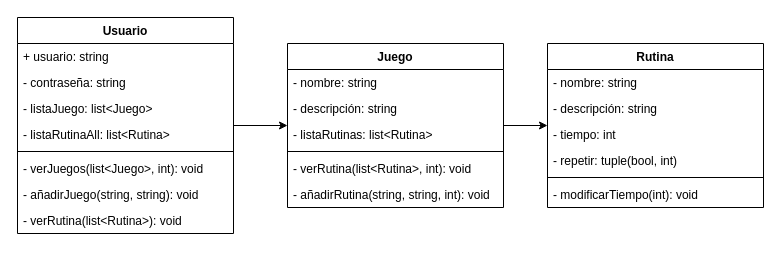
Kurosaki-Yuki/flutter_application_2 keeps this draw.io diagram as App1.drawio. Above is the earlier version. Source tidied: cells renumbered, new cells numbered last; positions are measured from the earlier drawing's top-left corner, leaving out a move shared by most shapes. Both pictures are drawn from the tidied source at 100%, with x=0, y=0 at pixel (17, 17).
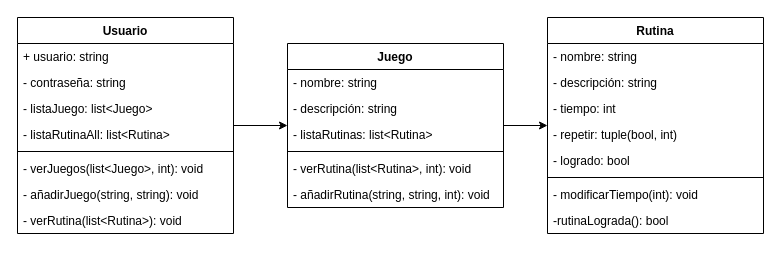
After the change.

Change to the diagram source:
```diff
@@
     <mxCell id="20" value="Rutina" style="swimlane;fontStyle=1;align=center;verticalAlign=top;horizontal=1;startSize=26;whiteSpace=wrap;html=1;" parent="1" vertex="1">
-      <mxGeometry x="530" y="26" width="216" height="164" as="geometry" />
+      <mxGeometry x="530" width="216" height="216" as="geometry" />
     </mxCell>
@@
+    <mxCell id="27" value="- logrado: bool" style="text;strokeColor=none;fillColor=none;align=left;verticalAlign=top;spacingLeft=4;spacingRight=4;overflow=hidden;whiteSpace=wrap;html=1;" parent="20" vertex="1">
+      <mxGeometry y="130" width="216" height="26" as="geometry" />
+    </mxCell>
     <mxCell id="25" style="line;strokeWidth=1;fillColor=none;align=left;verticalAlign=middle;spacingTop=-1;spacingLeft=3;spacingRight=3;labelPosition=right;strokeColor=inherit;" parent="20" vertex="1">
-      <mxGeometry y="130" width="216" height="8" as="geometry" />
+      <mxGeometry y="156" width="216" height="8" as="geometry" />
     </mxCell>
     <mxCell id="26" value="- modificarTiempo(int): void" style="text;strokeColor=none;fillColor=none;align=left;verticalAlign=top;spacingLeft=4;spacingRight=4;overflow=hidden;whiteSpace=wrap;html=1;" parent="20" vertex="1">
-      <mxGeometry y="138" width="216" height="26" as="geometry" />
+      <mxGeometry y="164" width="216" height="26" as="geometry" />
     </mxCell>
+    <mxCell id="28" value="-rutinaLograda(): bool" style="text;strokeColor=none;fillColor=none;align=left;verticalAlign=top;spacingLeft=4;spacingRight=4;overflow=hidden;whiteSpace=wrap;html=1;" parent="20" vertex="1">
+      <mxGeometry y="190" width="216" height="26" as="geometry" />
+    </mxCell>
```
